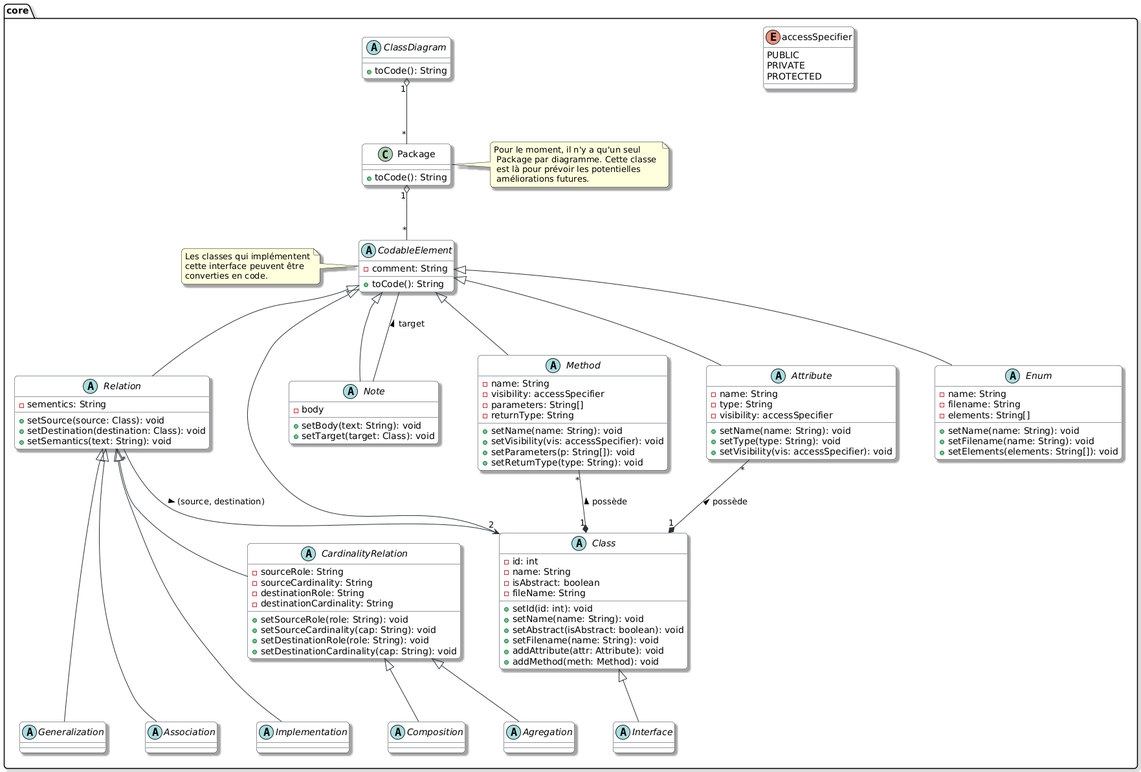
bobbysenior/uml2code-mirror keeps this PlantUML diagram as uml_diagrams/core_diagram.png. Above is the earlier version. Its source is kept beside it as uml_diagrams/core_diagram.puml. Its diagram source:
```plantuml
@startuml
skinparam shadowing true
skinparam roundcorner 10
skinparam nodesep 60
skinparam ranksep 80
skinparam class {
    BackgroundColor White
    ArrowColor #263238
    BorderColor #263238
}

package core {

    abstract class CodableElement {
        - comment: String
        + toCode(): String
    }

    class Package {
      +toCode(): String
    }

    together {
        abstract class Class {
            - id: int
            - name: String
            - isAbstract: boolean
            - fileName: String
            + setId(id: int): void
            + setName(name: String): void
            + setAbstract(isAbstract: boolean): void
            + setFilename(name: String): void
            + addAttribute(attr: Attribute): void
            + addMethod(meth: Method): void
        }

        abstract class Method {
            - name: String
            - visibility: accessSpecifier
            - parameters: String[]
            - returnType: String
            + setName(name: String): void
            + setVisibility(vis: accessSpecifier): void
            + setParameters(p: String[]): void
            + setReturnType(type: String): void
        }

        abstract class Attribute {
            - name: String
            - type: String
            - visibility: accessSpecifier
            + setName(name: String): void
            + setType(type: String): void
            + setVisibility(vis: accessSpecifier): void
        }

        abstract class Enum {
          - name: String
          - filename: String
          - elements: String[]
          +setName(name: String): void
          +setFilename(name: String): void
          +setElements(elements: String[]): void
        }

    }

    enum accessSpecifier {
        PUBLIC
        PRIVATE
        PROTECTED
    }

    abstract class ClassDiagram {
      + toCode(): String
    }

    abstract class Relation {
        - sementics: String
        + setSource(source: Class): void
        + setDestination(destination: Class): void
        + setSemantics(text: String): void
    }

    abstract class CardinalityRelation extends Relation {
        - sourceRole: String
        - sourceCardinality: String
        - destinationRole: String
        - destinationCardinality: String
        + setSourceRole(role: String): void
        + setSourceCardinality(cap: String): void
        + setDestinationRole(role: String): void
        + setDestinationCardinality(cap: String): void
    }

    together {
        abstract class Generalization extends Relation
        abstract class Association extends Relation
        abstract class Implementation extends Relation
        abstract class Agregation extends CardinalityRelation
        abstract class Composition extends CardinalityRelation
    }

    abstract class Note {
        - body
        + setBody(text: String): void
        + setTarget(target: Class): void
    }

    abstract class Interface extends Class


    Class -up-|> CodableElement
    Method -up-|> CodableElement
    Attribute -up-|> CodableElement
    Relation -up-|> CodableElement
    Note -up-|> CodableElement
    Enum -up-|> CodableElement

    Attribute "*" --* "1" Class : possède <
    Method "*" --* "1" Class : possède <


    Relation "*" --> "2" Class : (source, destination) >

    ClassDiagram "1" o-- "*" Package
    Package "1" o-- "*" CodableElement



    Note -- CodableElement : target >

    note left of CodableElement : Les classes qui implémentent\ncette interface peuvent être\nconverties en code.
    note right of Package : Pour le moment, il n'y a qu'un seul\n Package par diagramme. Cette classe \n est là pour prévoir les potentielles \n améliorations futures.
}
@enduml
```
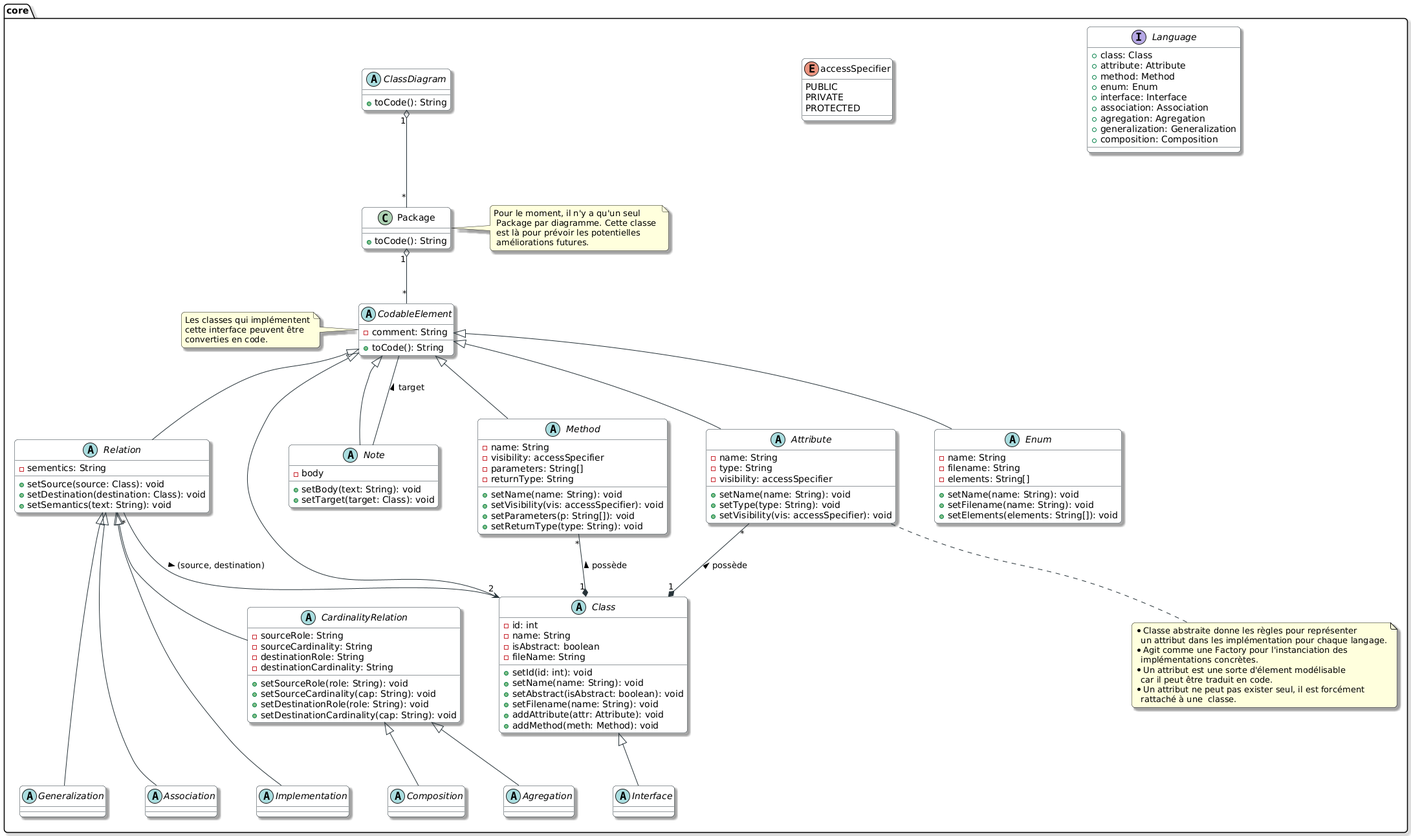
Later version of the same file.

Commit message:
petites corrections du core_diagram

Diff of the diagram source:
```diff
@@ -10,6 +10,18 @@
 }
 
 package core {
+
+    interface Language {
+      + class: Class
+      + attribute: Attribute
+      + method: Method
+      + enum: Enum
+      + interface: Interface
+      + association: Association
+      + agregation: Agregation
+      + generalization: Generalization
+      + composition: Composition
+    }
 
     abstract class CodableElement {
         - comment: String
@@ -132,5 +144,15 @@
 
     note left of CodableElement : Les classes qui implémentent\ncette interface peuvent être\nconverties en code.
     note right of Package : Pour le moment, il n'y a qu'un seul\n Package par diagramme. Cette classe \n est là pour prévoir les potentielles \n améliorations futures.
+    note bottom of Attribute
+      * Classe abstraite donne les règles pour représenter
+        un attribut dans les implémentation pour chaque langage.
+      * Agit comme une Factory pour l'instanciation des
+        implémentations concrètes.
+      * Un attribut est une sorte d'élement modélisable
+        car il peut être traduit en code.
+      * Un attribut ne peut pas exister seul, il est forcément
+        rattaché à une  classe.
+    end note
 }
 @enduml
```
